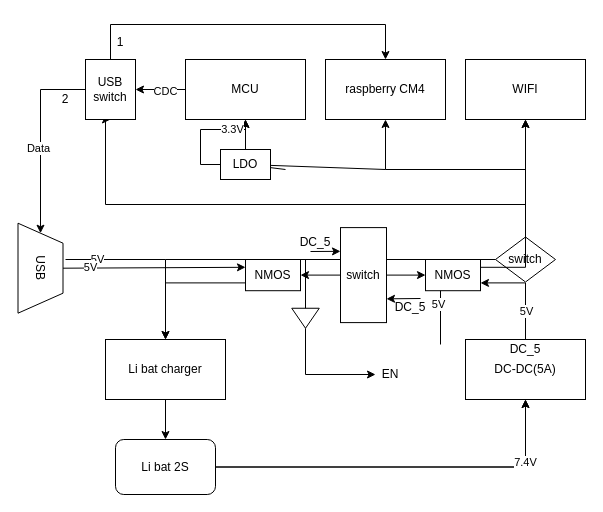
This is src/usb_power.drawio from colourfate/Blog, a draw.io file, before an edit. Source tidied: cells renumbered, new cells numbered last; positions are measured from the earlier drawing's top-left corner, leaving out a move shared by most shapes. Both pictures are drawn from the tidied source at 100%, with x=0, y=0 at pixel (-5, 24).
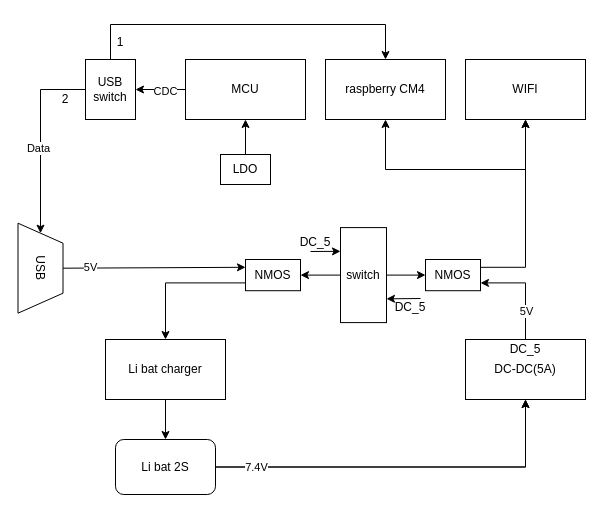
The same diagram, later.

Commit message:
更新usb_power：使用开关控制充电还是运行

The change refers to these unchanged cells:
```xml
<mxCell id="3" value="Li bat charger" style="rounded=0;whiteSpace=wrap;html=1;" parent="1" vertex="1">
  <mxGeometry x="110" y="315" width="120" height="60" as="geometry" />
</mxCell>
<mxCell id="8" style="edgeStyle=orthogonalEdgeStyle;rounded=0;jettySize=auto;html=1;exitX=1;exitY=0.5;exitDx=0;exitDy=0;entryX=0.5;entryY=1;entryDx=0;entryDy=0;" parent="1" edge="1" source="7" target="12">
  <mxGeometry relative="1" as="geometry" />
</mxCell>
<mxCell id="24" value="USB&lt;br&gt;switch" style="rounded=0;whiteSpace=wrap;html=1;" parent="1" vertex="1">
  <mxGeometry x="90" y="35" width="50" height="60" as="geometry" />
</mxCell>
<mxCell id="30" value="MCU" style="rounded=0;whiteSpace=wrap;html=1;" parent="1" vertex="1">
  <mxGeometry x="190" y="35" width="120" height="60" as="geometry" />
</mxCell>
```

Diff of the diagram source:
```diff
@@
-    <mxCell id="5" style="edgeStyle=orthogonalEdgeStyle;rounded=0;jettySize=auto;html=1;exitX=1;exitY=0.5;exitDx=0;exitDy=0;entryX=0.5;entryY=0;entryDx=0;entryDy=0;" parent="1" edge="1" target="3">
-      <mxGeometry relative="1" as="geometry">
-        <mxPoint x="70" y="235" as="sourcePoint" />
-        <Array as="points">
-          <mxPoint x="170" y="235" />
-        </Array>
-      </mxGeometry>
-    </mxCell>
-    <mxCell id="6" value="5V" style="edgeLabel;html=1;align=center;verticalAlign=middle;" parent="5" vertex="1">
-      <mxGeometry x="-0.65" y="1" relative="1" as="geometry" />
-    </mxCell>
@@
     <mxCell id="9" value="7.4V" style="edgeLabel;html=1;align=center;verticalAlign=middle;" parent="8" vertex="1">
-      <mxGeometry x="0.67" y="1" relative="1" as="geometry" />
+      <mxGeometry x="0.67" y="1" relative="1" as="geometry">
+        <mxPoint x="-269" y="5" as="offset" />
+      </mxGeometry>
     </mxCell>
@@
-    <mxCell id="16" style="edgeStyle=orthogonalEdgeStyle;rounded=0;jettySize=auto;html=1;exitX=1;exitY=0.5;exitDx=0;exitDy=0;entryX=0;entryY=0.5;entryDx=0;entryDy=0;" parent="1" edge="1" source="19" target="23">
-      <mxGeometry relative="1" as="geometry" />
-    </mxCell>
@@
-    <mxCell id="19" style="triangle;whiteSpace=wrap;html=1;rotation=90;" parent="1" vertex="1">
-      <mxGeometry x="300" y="280" width="20" height="27.5" as="geometry" />
-    </mxCell>
@@
-    <mxCell id="22" style="edgeStyle=orthogonalEdgeStyle;rounded=0;jettySize=auto;html=1;exitX=0.5;exitY=0;exitDx=0;exitDy=0;entryX=0.5;entryY=1;entryDx=0;entryDy=0;" parent="1" edge="1" source="37" target="24">
-      <mxGeometry relative="1" as="geometry">
-        <Array as="points">
-          <mxPoint x="530" y="180" />
-          <mxPoint x="110" y="180" />
-        </Array>
-      </mxGeometry>
-    </mxCell>
-    <mxCell id="23" value="EN" style="text;html=1;strokeColor=none;fillColor=none;align=center;verticalAlign=middle;whiteSpace=wrap;rounded=0;" parent="1" vertex="1">
-      <mxGeometry x="380" y="335" width="30" height="30" as="geometry" />
-    </mxCell>
@@
-    <mxCell id="25" style="endArrow=none;html=1;rounded=0;" parent="1" edge="1">
-      <mxGeometry relative="1" as="geometry">
-        <mxPoint x="445" y="320" as="sourcePoint" />
-        <mxPoint x="445" y="240" as="targetPoint" />
-      </mxGeometry>
-    </mxCell>
-    <mxCell id="26" value="5V" style="edgeLabel;html=1;align=center;verticalAlign=middle;" parent="25" vertex="1">
-      <mxGeometry x="0.02" y="3" relative="1" as="geometry" />
-    </mxCell>
@@
-    <mxCell id="32" style="edgeStyle=orthogonalEdgeStyle;rounded=0;jettySize=auto;html=1;exitX=0;exitY=0.5;exitDx=0;exitDy=0;entryX=0.5;entryY=1;entryDx=0;entryDy=0;" parent="1" edge="1" source="34" target="30">
-      <mxGeometry relative="1" as="geometry" />
-    </mxCell>
-    <mxCell id="33" value="3.3V" style="edgeLabel;html=1;align=center;verticalAlign=middle;" parent="32" vertex="1">
-      <mxGeometry x="0.56" y="1" relative="1" as="geometry" />
-    </mxCell>
     <mxCell id="34" value="LDO" style="rounded=0;whiteSpace=wrap;html=1;" parent="1" vertex="1">
-      <mxGeometry x="225" y="125" width="50" height="30" as="geometry" />
+      <mxGeometry x="225" y="130" width="50" height="30" as="geometry" />
     </mxCell>
-    <mxCell id="35" style="endArrow=none;html=1;rounded=0;" parent="1" edge="1" source="34">
-      <mxGeometry relative="1" as="geometry">
-        <mxPoint x="390" y="145" as="targetPoint" />
-      </mxGeometry>
-    </mxCell>
@@
-    <mxCell id="37" value="switch" style="rhombus;whiteSpace=wrap;html=1;" parent="1" vertex="1">
-      <mxGeometry x="500" y="212.5" width="60" height="45" as="geometry" />
-    </mxCell>
-    <mxCell id="38" style="endArrow=none;html=1;rounded=0;" parent="1" edge="1" target="34">
-      <mxGeometry relative="1" as="geometry">
-        <mxPoint x="290" y="145" as="sourcePoint" />
-      </mxGeometry>
-    </mxCell>
@@
-    <mxCell id="40" style="endArrow=none;html=1;rounded=0;exitX=0;exitY=0.5;exitDx=0;exitDy=0;" parent="1" edge="1" source="19">
-      <mxGeometry relative="1" as="geometry">
-        <mxPoint x="310" y="235" as="targetPoint" />
-      </mxGeometry>
-    </mxCell>
@@
-    <mxCell id="42" style="endArrow=none;html=1;rounded=0;entryX=0;entryY=0.5;entryDx=0;entryDy=0;" parent="1" edge="1" target="37">
-      <mxGeometry relative="1" as="geometry">
-        <mxPoint x="170" y="235" as="sourcePoint" />
-      </mxGeometry>
-    </mxCell>
```
